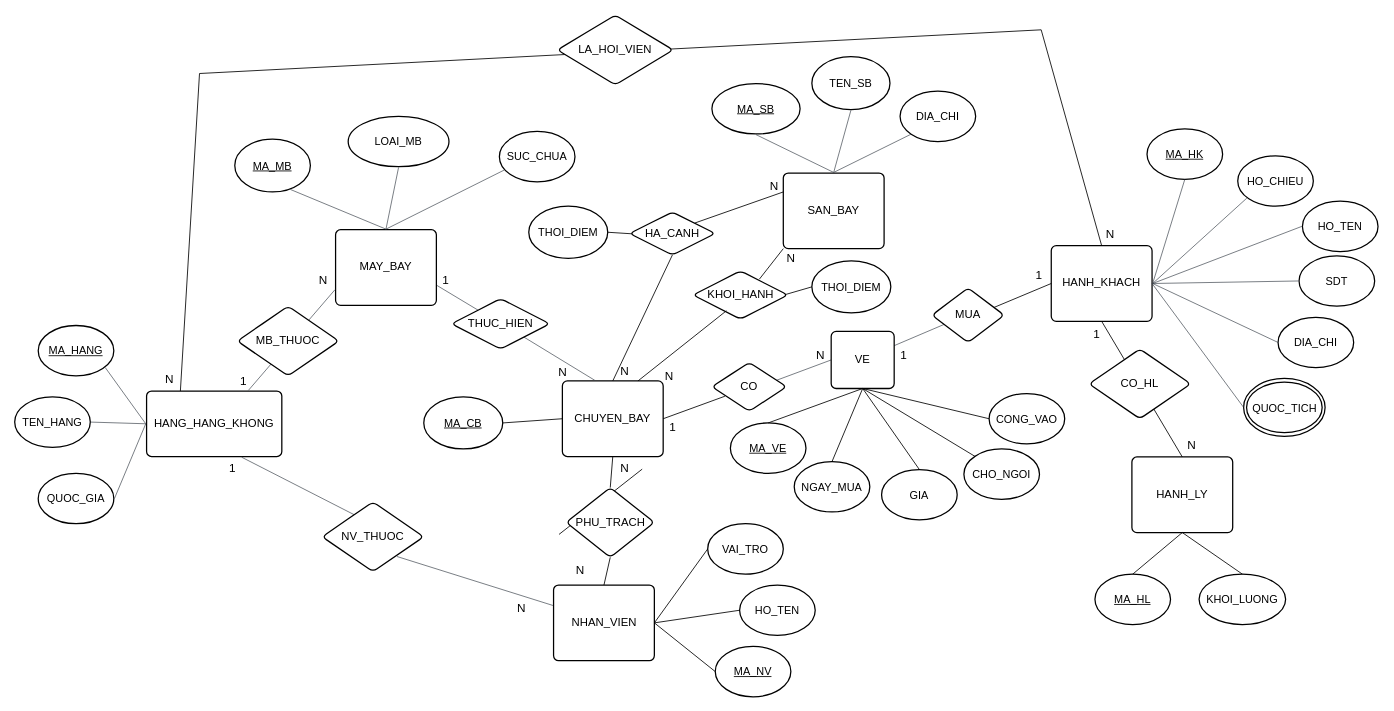
minhduong05/blackjack-main keeps this draw.io diagram as Biểu đồ không có tiêu đề.drawio. Above is the earlier version. Source tidied: cells renumbered, new cells numbered last; positions are measured from the earlier drawing's top-left corner, leaving out a move shared by most shapes. Both pictures are drawn from the tidied source at 84%, with x=0, y=0 at pixel (14, 14).
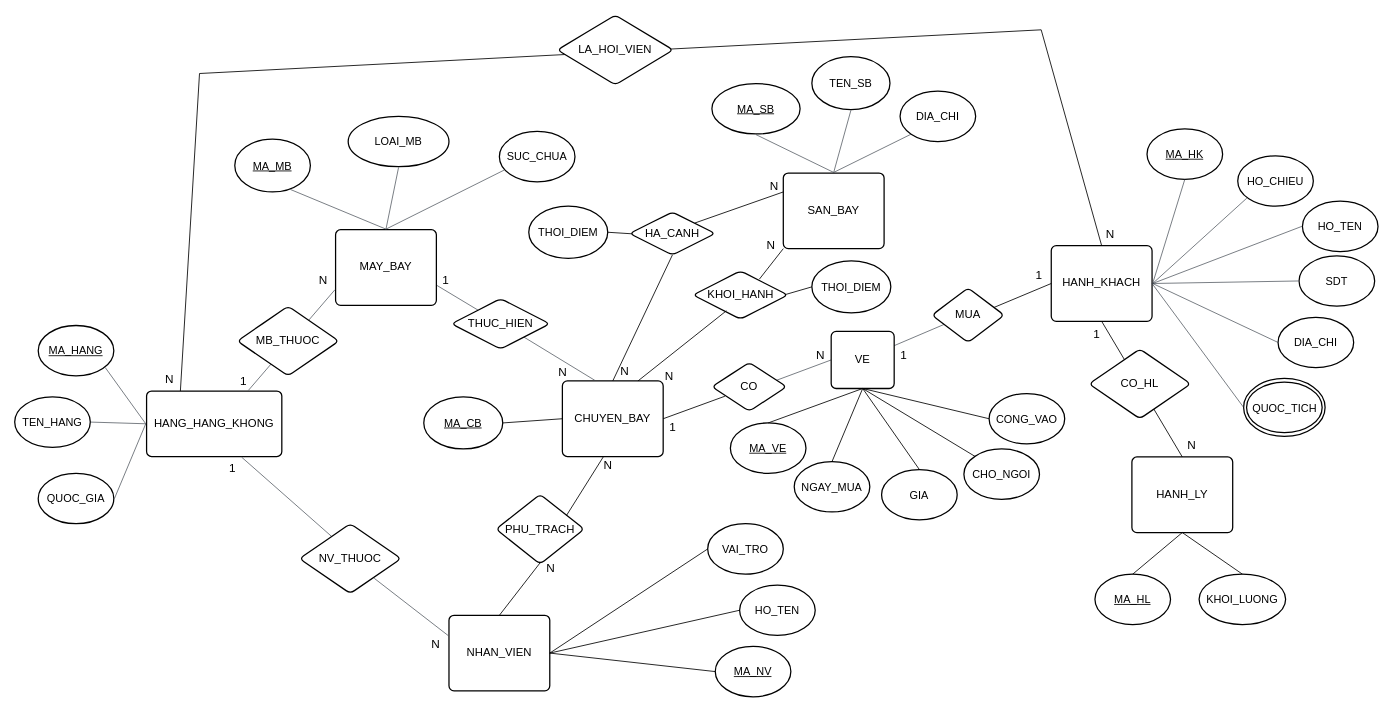
After the change.

Commit message:
Cập nhật Biểu đồ không có tiêu đề.drawio

Unchanged cells that the change refers to:
```xml
<mxCell id="6" value="CHUYEN_BAY" style="html=1;overflow=block;blockSpacing=1;whiteSpace=wrap;fontSize=13.5;align=center;spacing=3.8;strokeOpacity=100;rounded=1;absoluteArcSize=1;arcSize=12;strokeWidth=1.5;lucidId=DtvW1URH.PFn;" parent="1" vertex="1">
  <mxGeometry x="652" y="436" width="120" height="90" as="geometry" />
</mxCell>
```

Change to the diagram source:
```diff
@@
     <mxCell id="8" value="NHAN_VIEN" style="html=1;overflow=block;blockSpacing=1;whiteSpace=wrap;fontSize=13.5;align=center;spacing=3.8;strokeOpacity=100;rounded=1;absoluteArcSize=1;arcSize=12;strokeWidth=1.5;lucidId=7vvWGEazpDww;" parent="1" vertex="1">
-      <mxGeometry x="641.5" y="679" width="120" height="90" as="geometry" />
+      <mxGeometry x="517" y="715" width="120" height="90" as="geometry" />
     </mxCell>
@@
     <mxCell id="51" value="&lt;span style=&quot;font-size: 14px;&quot;&gt;N&lt;/span&gt;" style="text;html=1;align=center;verticalAlign=middle;strokeColor=none;fillColor=none;" parent="1" vertex="1">
-      <mxGeometry x="659" y="646" width="28" height="29" as="geometry" />
+      <mxGeometry x="624" y="644" width="28" height="29" as="geometry" />
     </mxCell>
@@
-    <mxCell id="53" style="endArrow=none;html=1;rounded=0;exitX=0.752;exitY=0.755;exitDx=0;exitDy=0;exitPerimeter=0;entryX=0.5;entryY=0;entryDx=0;entryDy=0;" parent="1" edge="1">
-      <mxGeometry relative="1" as="geometry">
-        <mxPoint x="648" y="618.7" as="sourcePoint" />
-        <mxPoint x="747" y="541" as="targetPoint" />
-      </mxGeometry>
-    </mxCell>
@@
     <mxCell id="84" value="NV_THUOC" style="html=1;overflow=block;blockSpacing=1;whiteSpace=wrap;shape=rhombus;fontSize=13.5;align=center;spacing=3.8;strokeOpacity=100;rounded=1;absoluteArcSize=1;arcSize=12;strokeWidth=1.5;lucidId=.dwWf7mM5bIR;" parent="1" vertex="1">
-      <mxGeometry x="366" y="580" width="121" height="83" as="geometry" />
+      <mxGeometry x="339" y="606" width="121" height="83" as="geometry" />
     </mxCell>
@@
     <mxCell id="93" value="&lt;span style=&quot;font-size: 14px;&quot;&gt;N&lt;/span&gt;" style="text;html=1;align=center;verticalAlign=middle;strokeColor=none;fillColor=none;" parent="1" vertex="1">
-      <mxGeometry x="909" y="275" width="30" height="30" as="geometry" />
+      <mxGeometry x="885" y="260" width="30" height="30" as="geometry" />
     </mxCell>
@@
     <mxCell id="99" value="&lt;span style=&quot;font-size: 14px;&quot;&gt;N&lt;/span&gt;" style="text;html=1;align=center;verticalAlign=middle;strokeColor=none;fillColor=none;" parent="1" vertex="1">
-      <mxGeometry x="712" y="525" width="28" height="29" as="geometry" />
+      <mxGeometry x="692" y="521" width="28" height="29" as="geometry" />
     </mxCell>
-    <mxCell id="100" style="endArrow=none;html=1;rounded=0;exitX=0.5;exitY=0;exitDx=0;exitDy=0;entryX=0.5;entryY=1;entryDx=0;entryDy=0;" parent="1" edge="1" source="103" target="6">
-      <mxGeometry relative="1" as="geometry" />
-    </mxCell>
@@
-    <mxCell id="102" style="endArrow=none;html=1;rounded=0;exitX=0.5;exitY=0;exitDx=0;exitDy=0;entryX=0.5;entryY=1;entryDx=0;entryDy=0;" parent="1" edge="1" source="8" target="103">
+    <mxCell id="102" style="endArrow=none;html=1;rounded=0;exitX=0.5;exitY=0;exitDx=0;exitDy=0;entryX=0.508;entryY=0.969;entryDx=0;entryDy=0;entryPerimeter=0;" parent="1" edge="1" source="8" target="103">
       <mxGeometry relative="1" as="geometry" />
     </mxCell>
     <mxCell id="103" value="PHU_TRACH" style="html=1;overflow=block;blockSpacing=1;whiteSpace=wrap;shape=rhombus;fontSize=13.5;align=center;spacing=3.8;strokeOpacity=100;rounded=1;absoluteArcSize=1;arcSize=12;strokeWidth=1.5;lucidId=.dwWf7mM5bIR;" parent="1" vertex="1">
-      <mxGeometry x="656.5" y="563" width="105" height="83" as="geometry" />
+      <mxGeometry x="573" y="571" width="105" height="83" as="geometry" />
     </mxCell>
     <mxCell id="104" value="&lt;span style=&quot;font-size: 14px;&quot;&gt;N&lt;/span&gt;" style="text;html=1;align=center;verticalAlign=middle;strokeColor=none;fillColor=none;" parent="1" vertex="1">
-      <mxGeometry x="589" y="692" width="28" height="29" as="geometry" />
+      <mxGeometry x="487" y="735" width="28" height="29" as="geometry" />
     </mxCell>
@@
+    <mxCell id="100" style="endArrow=none;html=1;rounded=0;exitX=0.798;exitY=0.305;exitDx=0;exitDy=0;exitPerimeter=0;entryX=0.408;entryY=1;entryDx=0;entryDy=0;entryPerimeter=0;" parent="1" edge="1" source="103" target="6">
+      <mxGeometry relative="1" as="geometry" />
+    </mxCell>
```
